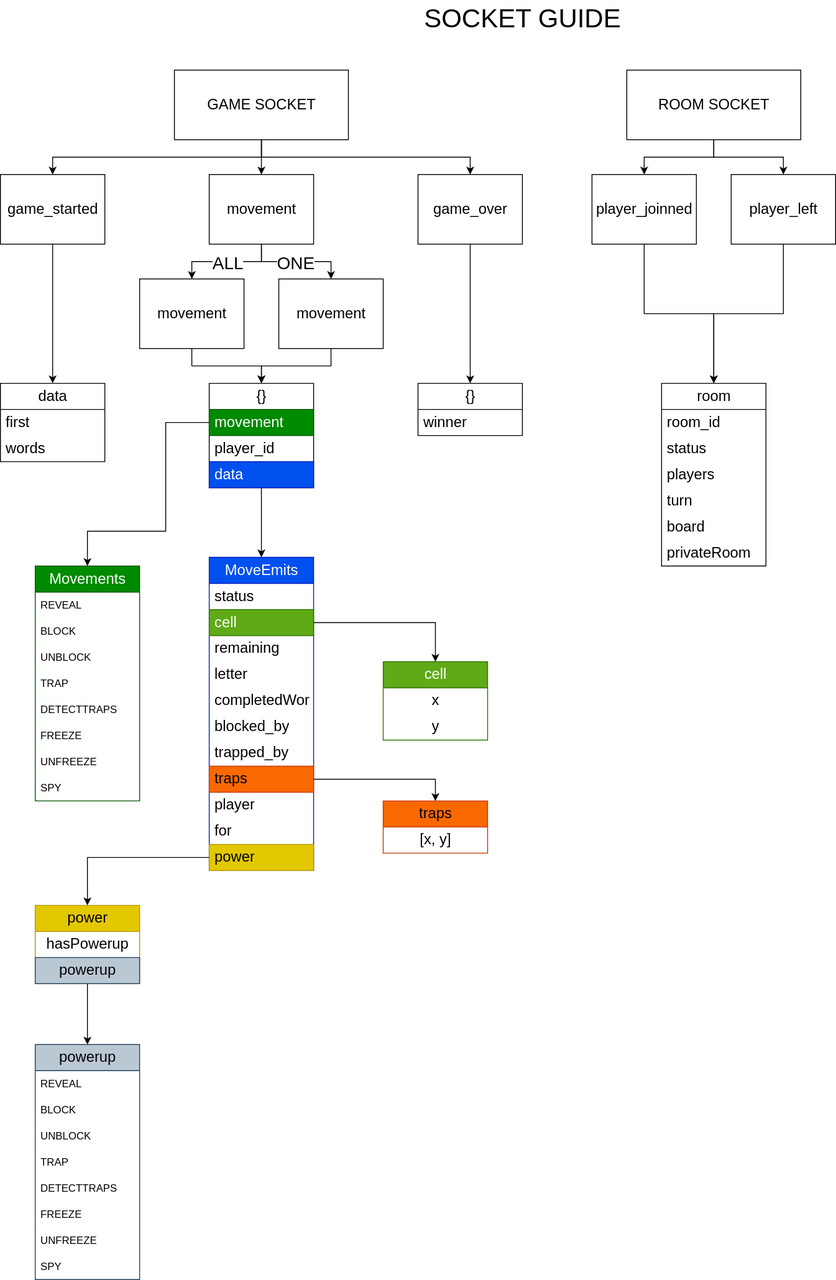
Earlier version of the draw.io export diagrams/SocketGuide.drawio.svg (Zidan-09/Letra-a-Letra). Source tidied: cells renumbered, new cells last; positions are measured from the earlier drawing's top-left corner, leaving out a move shared by most shapes.
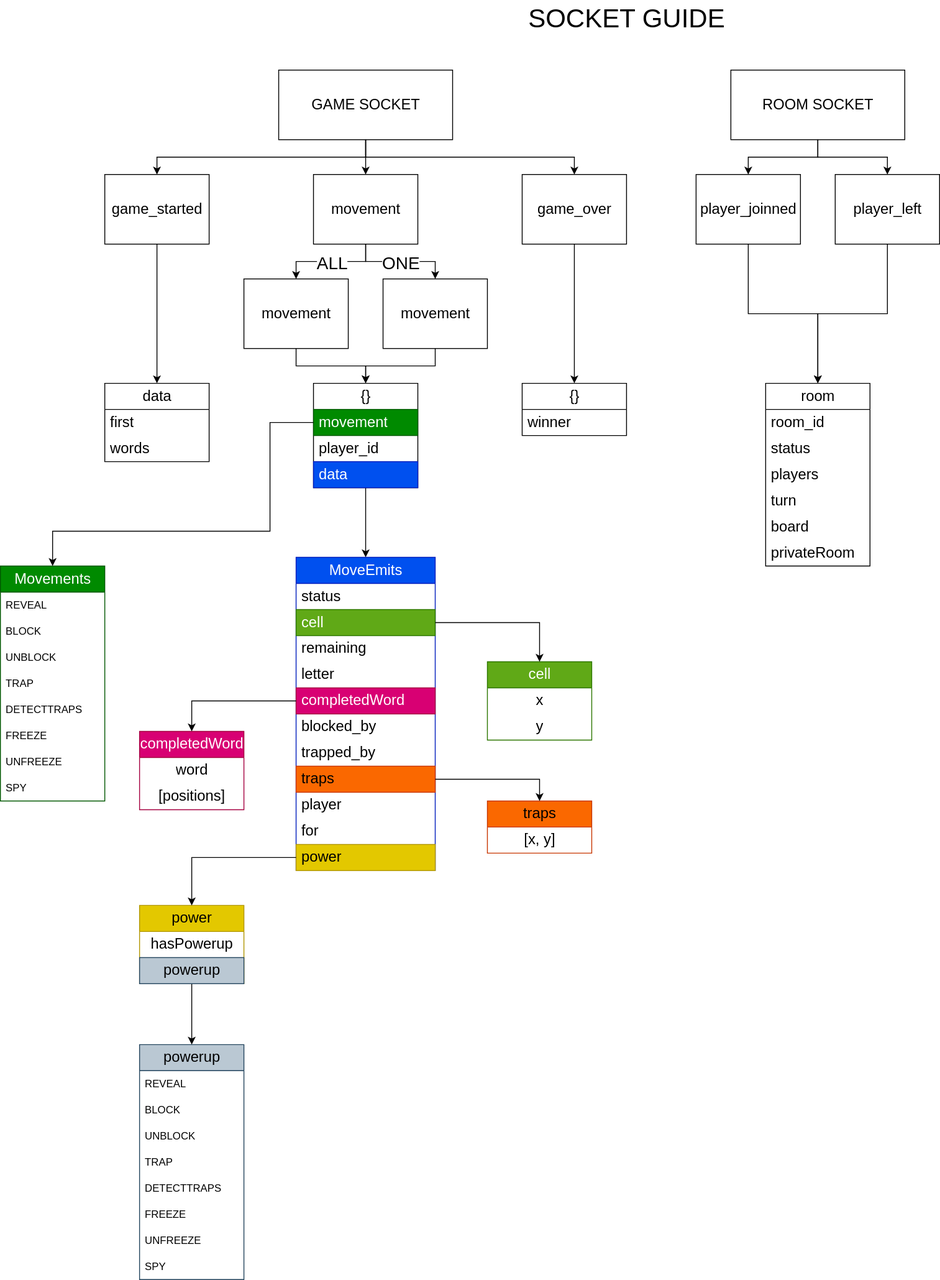
After the change.

Diff of the diagram source:
```diff
@@ -143,40 +143,40 @@
       <mxGeometry y="90" width="120" height="30" as="geometry" />
     </mxCell>
     <mxCell id="44" value="MoveEmits" style="swimlane;fontStyle=0;horizontal=1;startSize=30;whiteSpace=wrap;html=1;fontSize=17;fillColor=#0050ef;fontColor=#ffffff;strokeColor=#001DBC;" parent="1" vertex="1">
-      <mxGeometry x="240" y="640" width="120" height="360" as="geometry" />
+      <mxGeometry x="220" y="640" width="160" height="360" as="geometry" />
     </mxCell>
     <mxCell id="45" value="status" style="text;strokeColor=none;fillColor=none;align=left;verticalAlign=middle;spacingLeft=4;spacingRight=4;overflow=hidden;whiteSpace=wrap;html=1;fontSize=17;" parent="44" vertex="1">
-      <mxGeometry y="30" width="120" height="30" as="geometry" />
+      <mxGeometry y="30" width="160" height="30" as="geometry" />
     </mxCell>
     <mxCell id="46" value="cell" style="text;strokeColor=#2D7600;fillColor=#60a917;align=left;verticalAlign=middle;spacingLeft=4;spacingRight=4;overflow=hidden;points=[[0,0.5],[1,0.5]];portConstraint=eastwest;whiteSpace=wrap;html=1;fontSize=17;fontColor=#ffffff;" parent="44" vertex="1">
-      <mxGeometry y="60" width="120" height="30" as="geometry" />
+      <mxGeometry y="60" width="160" height="30" as="geometry" />
     </mxCell>
     <mxCell id="47" value="remaining" style="text;align=left;verticalAlign=middle;spacingLeft=4;spacingRight=4;overflow=hidden;whiteSpace=wrap;html=1;fontSize=17;" parent="44" vertex="1">
-      <mxGeometry y="90" width="120" height="30" as="geometry" />
+      <mxGeometry y="90" width="160" height="30" as="geometry" />
     </mxCell>
     <mxCell id="48" value="letter" style="text;align=left;verticalAlign=middle;spacingLeft=4;spacingRight=4;overflow=hidden;whiteSpace=wrap;html=1;fontSize=17;" parent="44" vertex="1">
-      <mxGeometry y="120" width="120" height="30" as="geometry" />
+      <mxGeometry y="120" width="160" height="30" as="geometry" />
     </mxCell>
-    <mxCell id="49" value="completedWord" style="text;align=left;verticalAlign=middle;spacingLeft=4;spacingRight=4;overflow=hidden;points=[[0,0.5],[1,0.5]];portConstraint=eastwest;whiteSpace=wrap;html=1;fontSize=17;" parent="44" vertex="1">
-      <mxGeometry y="150" width="120" height="30" as="geometry" />
+    <mxCell id="49" value="completedWord" style="text;align=left;verticalAlign=middle;spacingLeft=4;spacingRight=4;overflow=hidden;points=[[0,0.5],[1,0.5]];portConstraint=eastwest;whiteSpace=wrap;html=1;fontSize=17;fillColor=#d80073;fontColor=#ffffff;strokeColor=#A50040;" parent="44" vertex="1">
+      <mxGeometry y="150" width="160" height="30" as="geometry" />
     </mxCell>
     <mxCell id="50" value="blocked_by" style="text;align=left;verticalAlign=middle;spacingLeft=4;spacingRight=4;overflow=hidden;whiteSpace=wrap;html=1;fontSize=17;" parent="44" vertex="1">
-      <mxGeometry y="180" width="120" height="30" as="geometry" />
+      <mxGeometry y="180" width="160" height="30" as="geometry" />
     </mxCell>
     <mxCell id="51" value="trapped_by" style="text;align=left;verticalAlign=middle;spacingLeft=4;spacingRight=4;overflow=hidden;whiteSpace=wrap;html=1;fontSize=17;" parent="44" vertex="1">
-      <mxGeometry y="210" width="120" height="30" as="geometry" />
+      <mxGeometry y="210" width="160" height="30" as="geometry" />
     </mxCell>
     <mxCell id="52" value="traps" style="text;align=left;verticalAlign=middle;spacingLeft=4;spacingRight=4;overflow=hidden;points=[[0,0.5],[1,0.5]];portConstraint=eastwest;whiteSpace=wrap;html=1;fontSize=17;fillColor=#fa6800;fontColor=#000000;strokeColor=#C73500;" parent="44" vertex="1">
-      <mxGeometry y="240" width="120" height="30" as="geometry" />
+      <mxGeometry y="240" width="160" height="30" as="geometry" />
     </mxCell>
     <mxCell id="53" value="player" style="text;align=left;verticalAlign=middle;spacingLeft=4;spacingRight=4;overflow=hidden;whiteSpace=wrap;html=1;fontSize=17;" parent="44" vertex="1">
-      <mxGeometry y="270" width="120" height="30" as="geometry" />
+      <mxGeometry y="270" width="160" height="30" as="geometry" />
     </mxCell>
     <mxCell id="54" value="for" style="text;align=left;verticalAlign=middle;spacingLeft=4;spacingRight=4;overflow=hidden;whiteSpace=wrap;html=1;fontSize=17;" parent="44" vertex="1">
-      <mxGeometry y="300" width="120" height="30" as="geometry" />
+      <mxGeometry y="300" width="160" height="30" as="geometry" />
     </mxCell>
     <mxCell id="55" value="power" style="text;align=left;verticalAlign=middle;spacingLeft=4;spacingRight=4;overflow=hidden;points=[[0,0.5],[1,0.5]];portConstraint=eastwest;whiteSpace=wrap;html=1;fontSize=17;fillColor=#e3c800;fontColor=#000000;strokeColor=#B09500;" parent="44" vertex="1">
-      <mxGeometry y="330" width="120" height="30" as="geometry" />
+      <mxGeometry y="330" width="160" height="30" as="geometry" />
     </mxCell>
     <mxCell id="56" value="cell" style="swimlane;fontStyle=0;horizontal=1;startSize=30;whiteSpace=wrap;html=1;fontSize=17;fillColor=#60a917;fontColor=#ffffff;strokeColor=#2D7600;" parent="1" vertex="1">
       <mxGeometry x="440" y="760" width="120" height="90" as="geometry" />
@@ -242,7 +242,7 @@
       <mxGeometry y="240" width="120" height="30" as="geometry" />
     </mxCell>
     <mxCell id="77" value="Movements" style="swimlane;fontStyle=0;horizontal=1;startSize=30;whiteSpace=wrap;html=1;fontSize=17;fillColor=#008a00;strokeColor=#005700;fontColor=#ffffff;" parent="1" vertex="1">
-      <mxGeometry x="40" y="650" width="120" height="270" as="geometry" />
+      <mxGeometry x="-120" y="650" width="120" height="270" as="geometry" />
     </mxCell>
     <mxCell id="78" value="REVEAL" style="text;strokeColor=none;fillColor=none;align=left;verticalAlign=middle;spacingLeft=4;spacingRight=4;overflow=hidden;whiteSpace=wrap;html=1;" parent="77" vertex="1">
       <mxGeometry y="30" width="120" height="30" as="geometry" />
@@ -273,9 +273,21 @@
         <Array as="points">
           <mxPoint x="190" y="485" />
           <mxPoint x="190" y="610" />
-          <mxPoint x="100" y="610" />
+          <mxPoint x="-60" y="610" />
         </Array>
       </mxGeometry>
     </mxCell>
+    <mxCell id="87" value="completedWord" style="swimlane;fontStyle=0;horizontal=1;startSize=30;whiteSpace=wrap;html=1;fontSize=17;fillColor=#d80073;fontColor=#ffffff;strokeColor=#A50040;" parent="1" vertex="1">
+      <mxGeometry x="40" y="840" width="120" height="90" as="geometry" />
+    </mxCell>
+    <mxCell id="88" value="word" style="text;strokeColor=none;fillColor=none;align=center;verticalAlign=middle;spacingLeft=4;spacingRight=4;overflow=hidden;whiteSpace=wrap;html=1;fontSize=17;" parent="87" vertex="1">
+      <mxGeometry y="30" width="120" height="30" as="geometry" />
+    </mxCell>
+    <mxCell id="89" value="[positions]" style="text;align=center;verticalAlign=middle;spacingLeft=4;spacingRight=4;overflow=hidden;whiteSpace=wrap;html=1;fontSize=17;" parent="87" vertex="1">
+      <mxGeometry y="60" width="120" height="30" as="geometry" />
+    </mxCell>
+    <mxCell id="90" style="edgeStyle=orthogonalEdgeStyle;rounded=0;jettySize=auto;html=1;entryX=0.5;entryY=0;entryDx=0;entryDy=0;" parent="1" edge="1" source="49" target="87">
+      <mxGeometry relative="1" as="geometry" />
+    </mxCell>
   </root>
 </mxGraphModel>
```
